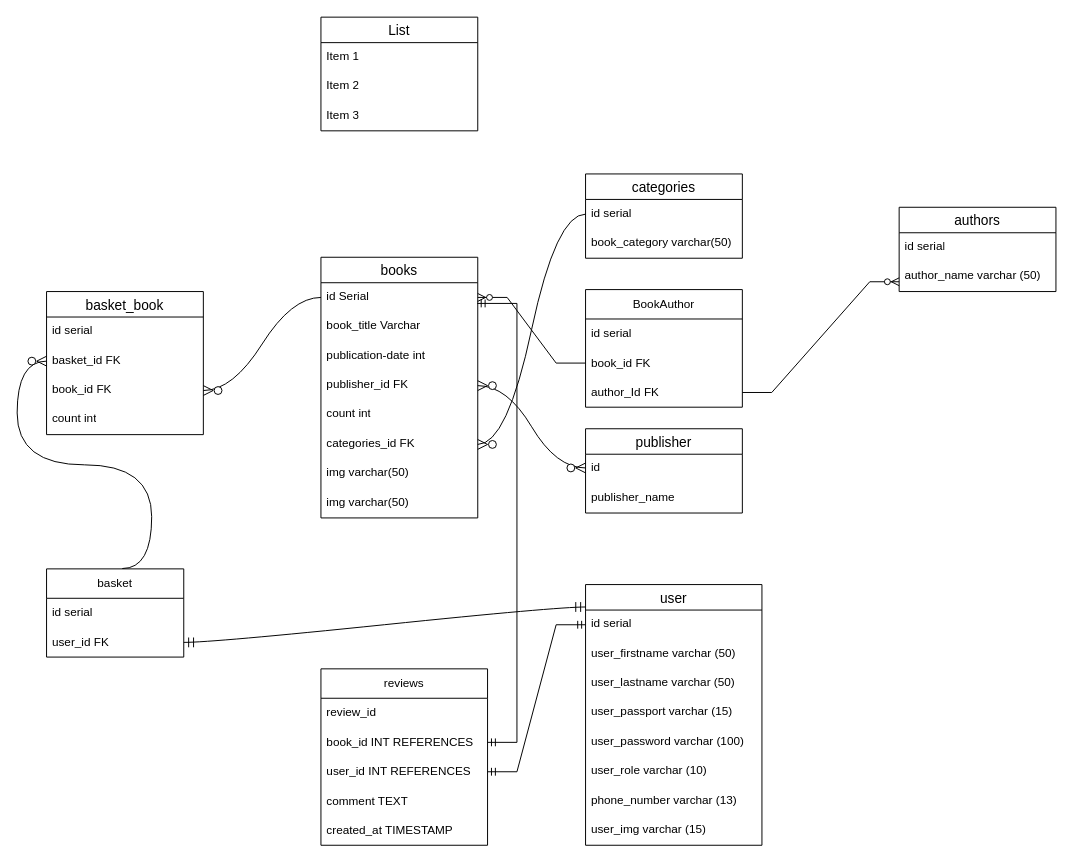
The draw.io diagram library_test.drawio in Zohid7717/labrary-server, before the edit. Source tidied: cells renumbered, new cells numbered last; positions are measured from the earlier drawing's top-left corner, leaving out a move shared by most shapes. Both pictures are drawn from the tidied source at 98%, with x=0, y=0 at pixel (46, 17).
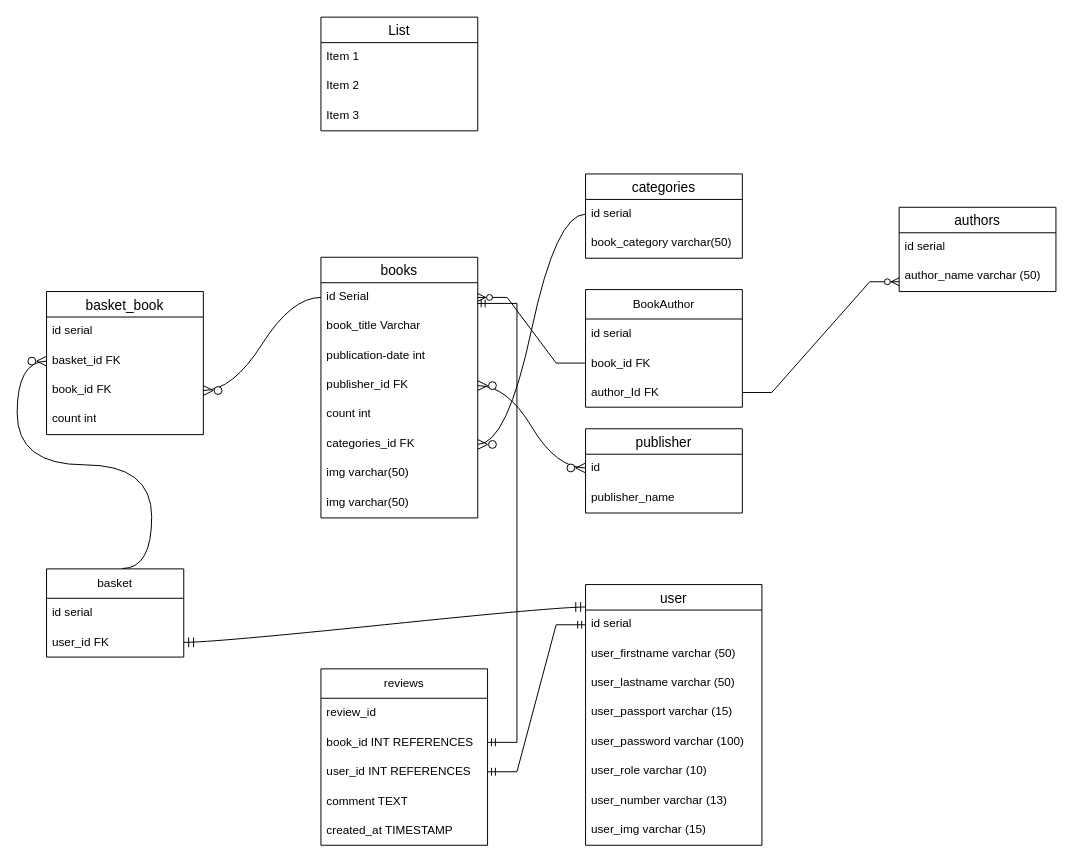
Above is the later version.

Unchanged cells that the change refers to:
```xml
<mxCell id="23" value="user" style="swimlane;fontStyle=0;horizontal=1;startSize=26;align=center;fontSize=14;" parent="1" vertex="1">
  <mxGeometry x="550" y="579" width="180" height="266" as="geometry" />
</mxCell>
```

Diff of the diagram source:
```diff
@@
-    <mxCell id="30" value="phone_number varchar (13)" style="text;strokeColor=none;fillColor=none;spacingLeft=4;spacingRight=4;overflow=hidden;fontSize=12;whiteSpace=wrap;html=1;" parent="23" vertex="1">
+    <mxCell id="30" value=" user_number varchar (13)" style="text;strokeColor=none;fillColor=none;spacingLeft=4;spacingRight=4;overflow=hidden;fontSize=12;whiteSpace=wrap;html=1;" parent="23" vertex="1">
       <mxGeometry y="206" width="180" height="30" as="geometry" />
     </mxCell>
```
